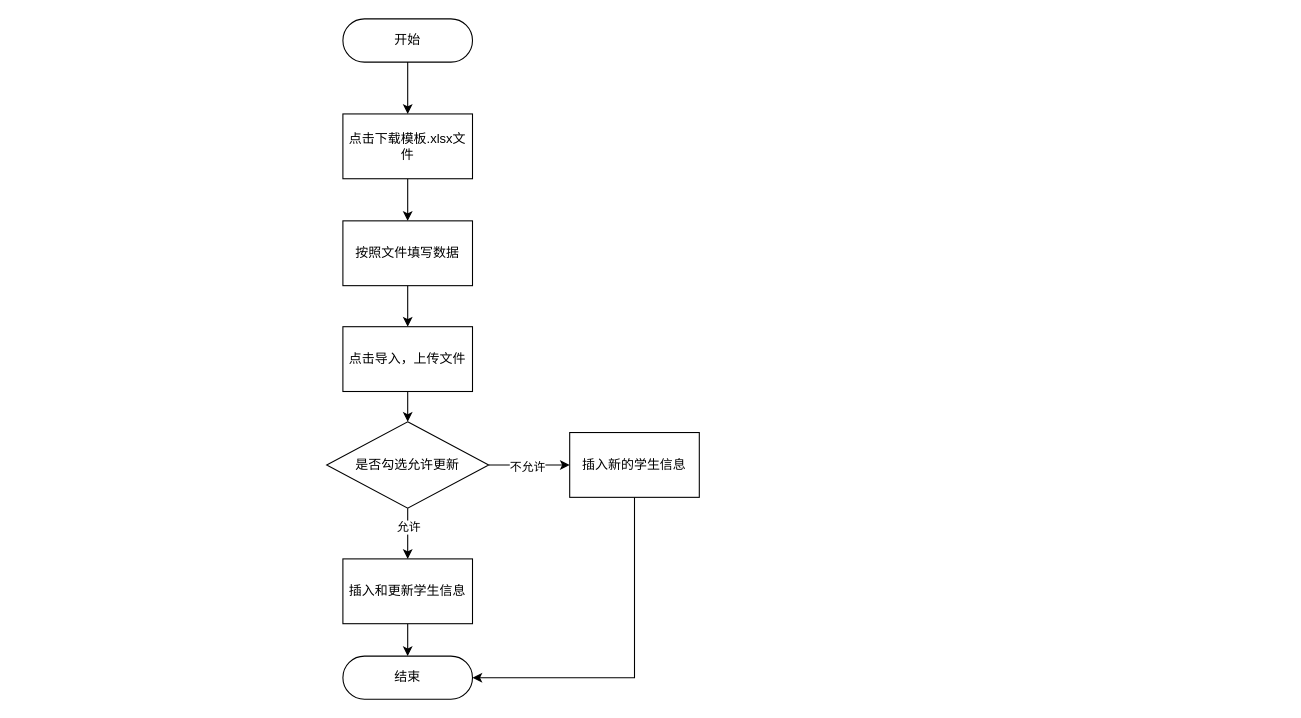
The draw.io diagram 新增学生信息.drawio in Qiksy/drawio, before the edit. Source tidied: cells renumbered, new cells numbered last; positions are measured from the earlier drawing's top-left corner, leaving out a move shared by most shapes. Both pictures are drawn from the tidied source at 108%, with x=0, y=0 at pixel (326, 18).
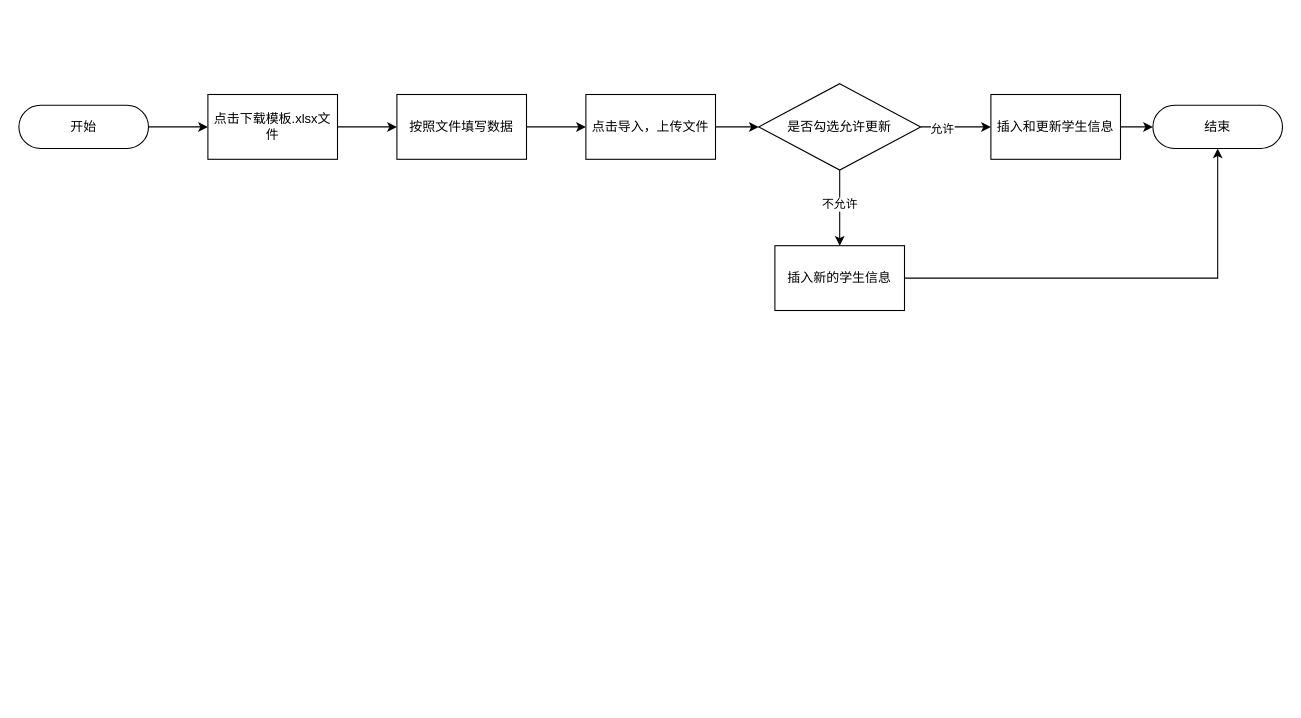
After the change.

Commit message:
更新新增学生信息.drawio

Unchanged cells that the change refers to:
```xml
<mxCell id="12" style="edgeStyle=orthogonalEdgeStyle;rounded=0;jettySize=auto;html=1;" parent="1" edge="1" source="14" target="19">
  <mxGeometry relative="1" as="geometry" />
</mxCell>
```

Change to the diagram source:
```diff
@@
-    <mxCell id="2" style="edgeStyle=orthogonalEdgeStyle;rounded=0;jettySize=auto;html=1;exitX=0.5;exitY=1;exitDx=0;exitDy=0;entryX=0.5;entryY=0;entryDx=0;entryDy=0;" parent="1" edge="1" source="3" target="5">
+    <mxCell id="2" style="edgeStyle=orthogonalEdgeStyle;rounded=0;jettySize=auto;html=1;" parent="1" edge="1" source="3" target="5">
       <mxGeometry relative="1" as="geometry" />
     </mxCell>
     <mxCell id="3" value="开始" style="rounded=1;whiteSpace=wrap;html=1;arcSize=50;" parent="1" vertex="1">
-      <mxGeometry x="15" width="120" height="40" as="geometry" />
+      <mxGeometry x="-285" y="80" width="120" height="40" as="geometry" />
     </mxCell>
-    <mxCell id="4" style="edgeStyle=orthogonalEdgeStyle;rounded=0;jettySize=auto;html=1;exitX=0.5;exitY=1;exitDx=0;exitDy=0;" parent="1" edge="1" source="5" target="7">
+    <mxCell id="4" style="edgeStyle=orthogonalEdgeStyle;rounded=0;jettySize=auto;html=1;" parent="1" edge="1" source="5" target="7">
       <mxGeometry relative="1" as="geometry" />
     </mxCell>
     <mxCell id="5" value="点击下载模板.xlsx文件" style="rounded=0;whiteSpace=wrap;html=1;" parent="1" vertex="1">
-      <mxGeometry x="15" y="88" width="120" height="60" as="geometry" />
+      <mxGeometry x="-110" y="70" width="120" height="60" as="geometry" />
     </mxCell>
@@
     <mxCell id="7" value="按照文件填写数据" style="rounded=0;whiteSpace=wrap;html=1;" parent="1" vertex="1">
-      <mxGeometry x="15" y="187" width="120" height="60" as="geometry" />
+      <mxGeometry x="65" y="70" width="120" height="60" as="geometry" />
     </mxCell>
-    <mxCell id="8" style="edgeStyle=orthogonalEdgeStyle;rounded=0;jettySize=auto;html=1;exitX=0.5;exitY=1;exitDx=0;exitDy=0;entryX=0.5;entryY=0;entryDx=0;entryDy=0;" parent="1" edge="1" source="9" target="14">
+    <mxCell id="8" style="edgeStyle=orthogonalEdgeStyle;rounded=0;jettySize=auto;html=1;" parent="1" edge="1" source="9" target="14">
       <mxGeometry relative="1" as="geometry" />
     </mxCell>
     <mxCell id="9" value="点击导入，上传文件" style="rounded=0;whiteSpace=wrap;html=1;" parent="1" vertex="1">
-      <mxGeometry x="15" y="285" width="120" height="60" as="geometry" />
+      <mxGeometry x="240" y="70" width="120" height="60" as="geometry" />
     </mxCell>
-    <mxCell id="10" style="edgeStyle=orthogonalEdgeStyle;rounded=0;jettySize=auto;html=1;entryX=0.5;entryY=0;entryDx=0;entryDy=0;" parent="1" edge="1" source="14" target="16">
+    <mxCell id="10" style="edgeStyle=orthogonalEdgeStyle;rounded=0;jettySize=auto;html=1;" parent="1" edge="1" source="14" target="16">
       <mxGeometry relative="1" as="geometry" />
     </mxCell>
     <mxCell id="11" value="允许" style="edgeLabel;html=1;align=center;verticalAlign=middle;" parent="10" vertex="1">
-      <mxGeometry x="-0.29" y="4" relative="1" as="geometry">
-        <mxPoint x="-4" as="offset" />
-      </mxGeometry>
+      <mxGeometry x="-0.42" y="-1" relative="1" as="geometry" />
     </mxCell>
@@
     <mxCell id="13" value="不允许" style="edgeLabel;html=1;align=center;verticalAlign=middle;" parent="12" vertex="1">
-      <mxGeometry x="-0.5" y="-1" relative="1" as="geometry">
-        <mxPoint x="16" as="offset" />
-      </mxGeometry>
+      <mxGeometry x="-0.12" y="-1" relative="1" as="geometry" />
     </mxCell>
     <mxCell id="14" value="是否勾选允许更新" style="rhombus;whiteSpace=wrap;html=1;" parent="1" vertex="1">
-      <mxGeometry y="373" width="150" height="80" as="geometry" />
+      <mxGeometry x="400" y="60" width="150" height="80" as="geometry" />
     </mxCell>
@@
     <mxCell id="16" value="插入和更新学生信息" style="rounded=0;whiteSpace=wrap;html=1;" parent="1" vertex="1">
-      <mxGeometry x="15" y="500" width="120" height="60" as="geometry" />
+      <mxGeometry x="615" y="70" width="120" height="60" as="geometry" />
     </mxCell>
     <mxCell id="17" value="结束" style="rounded=1;whiteSpace=wrap;html=1;arcSize=50;" parent="1" vertex="1">
-      <mxGeometry x="15" y="590" width="120" height="40" as="geometry" />
+      <mxGeometry x="765" y="80" width="120" height="40" as="geometry" />
     </mxCell>
-    <mxCell id="18" style="edgeStyle=orthogonalEdgeStyle;rounded=0;jettySize=auto;html=1;entryX=1;entryY=0.5;entryDx=0;entryDy=0;" parent="1" edge="1" source="19" target="17">
-      <mxGeometry relative="1" as="geometry">
-        <Array as="points">
-          <mxPoint x="285" y="610" />
-        </Array>
-      </mxGeometry>
+    <mxCell id="18" style="edgeStyle=orthogonalEdgeStyle;rounded=0;jettySize=auto;html=1;entryX=0.5;entryY=1;entryDx=0;entryDy=0;" parent="1" edge="1" source="19" target="17">
+      <mxGeometry relative="1" as="geometry" />
     </mxCell>
     <mxCell id="19" value="插入新的学生信息" style="rounded=0;whiteSpace=wrap;html=1;" parent="1" vertex="1">
-      <mxGeometry x="225" y="383" width="120" height="60" as="geometry" />
+      <mxGeometry x="415" y="210" width="120" height="60" as="geometry" />
     </mxCell>
```
